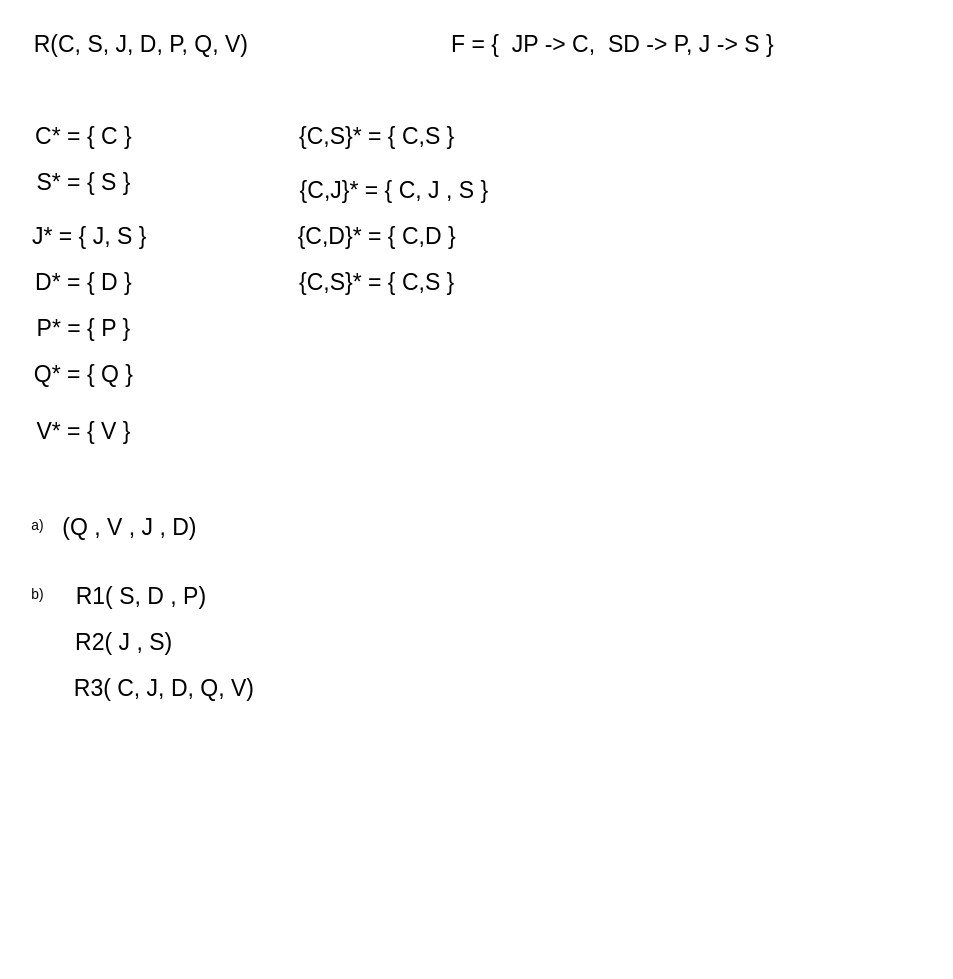
Before: relationalmode_3.drawio in brito-bernardo/database-modeling, a draw.io diagram. Source tidied: cells renumbered, new cells numbered last; positions are measured from the earlier drawing's top-left corner, leaving out a move shared by most shapes. Both pictures are drawn from the tidied source at 115%, with x=0, y=0 at pixel (20, 20).
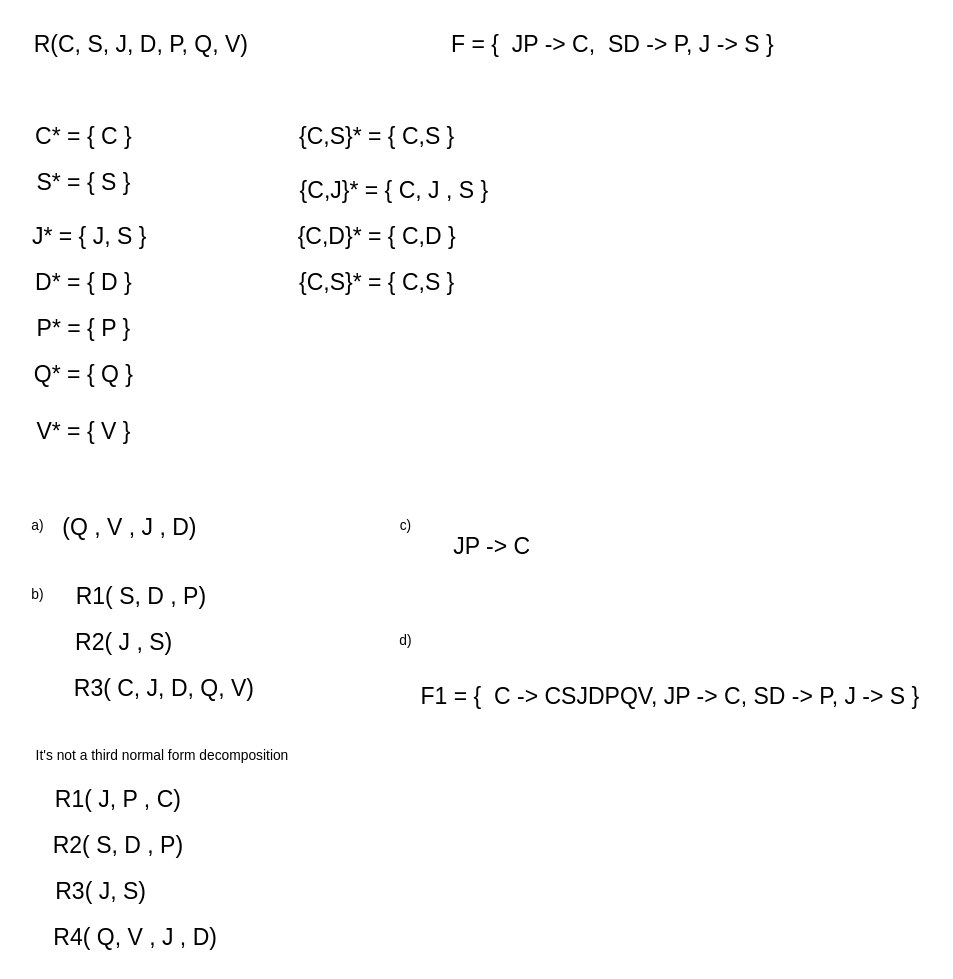
After the change.

Diff of the diagram source:
```diff
@@
+    <mxCell id="21" value="It's not a third normal form decomposition&amp;nbsp;" style="text;html=1;align=center;verticalAlign=middle;strokeColor=none;fillColor=none;" parent="1" vertex="1">
+      <mxGeometry y="625" width="250" height="30" as="geometry" />
+    </mxCell>
+    <mxCell id="22" value="R1( J, P , C)" style="text;html=1;align=center;verticalAlign=middle;strokeColor=none;fillColor=none;fontSize=20;" parent="1" vertex="1">
+      <mxGeometry x="20" y="657" width="130" height="40" as="geometry" />
+    </mxCell>
+    <mxCell id="23" value="R2( S, D , P)" style="text;html=1;align=center;verticalAlign=middle;strokeColor=none;fillColor=none;fontSize=20;" parent="1" vertex="1">
+      <mxGeometry x="15" y="697" width="140" height="40" as="geometry" />
+    </mxCell>
+    <mxCell id="24" value="R3( J, S)" style="text;html=1;align=center;verticalAlign=middle;strokeColor=none;fillColor=none;fontSize=20;" parent="1" vertex="1">
+      <mxGeometry x="20" y="737" width="100" height="40" as="geometry" />
+    </mxCell>
+    <mxCell id="25" value="R4( Q, V , J , D)" style="text;html=1;align=center;verticalAlign=middle;strokeColor=none;fillColor=none;fontSize=20;" parent="1" vertex="1">
+      <mxGeometry x="15" y="777" width="170" height="40" as="geometry" />
+    </mxCell>
+    <mxCell id="26" value="c)" style="text;html=1;align=center;verticalAlign=middle;strokeColor=none;fillColor=none;" parent="1" vertex="1">
+      <mxGeometry x="320" y="425" width="30" height="30" as="geometry" />
+    </mxCell>
+    <mxCell id="27" value="JP -&amp;gt; C" style="text;html=1;align=center;verticalAlign=middle;strokeColor=none;fillColor=none;fontSize=20;" parent="1" vertex="1">
+      <mxGeometry x="365" y="437" width="90" height="40" as="geometry" />
+    </mxCell>
+    <mxCell id="28" value="d)" style="text;html=1;align=center;verticalAlign=middle;strokeColor=none;fillColor=none;" parent="1" vertex="1">
+      <mxGeometry x="320" y="525" width="30" height="30" as="geometry" />
+    </mxCell>
+    <mxCell id="29" value="F1 = {&amp;nbsp; C -&amp;gt; CSJDPQV, JP -&amp;gt; C, SD -&amp;gt; P, J -&amp;gt; S }" style="text;html=1;align=center;verticalAlign=middle;strokeColor=none;fillColor=none;fontSize=20;" parent="1" vertex="1">
+      <mxGeometry x="335" y="567" width="460" height="40" as="geometry" />
+    </mxCell>
```
